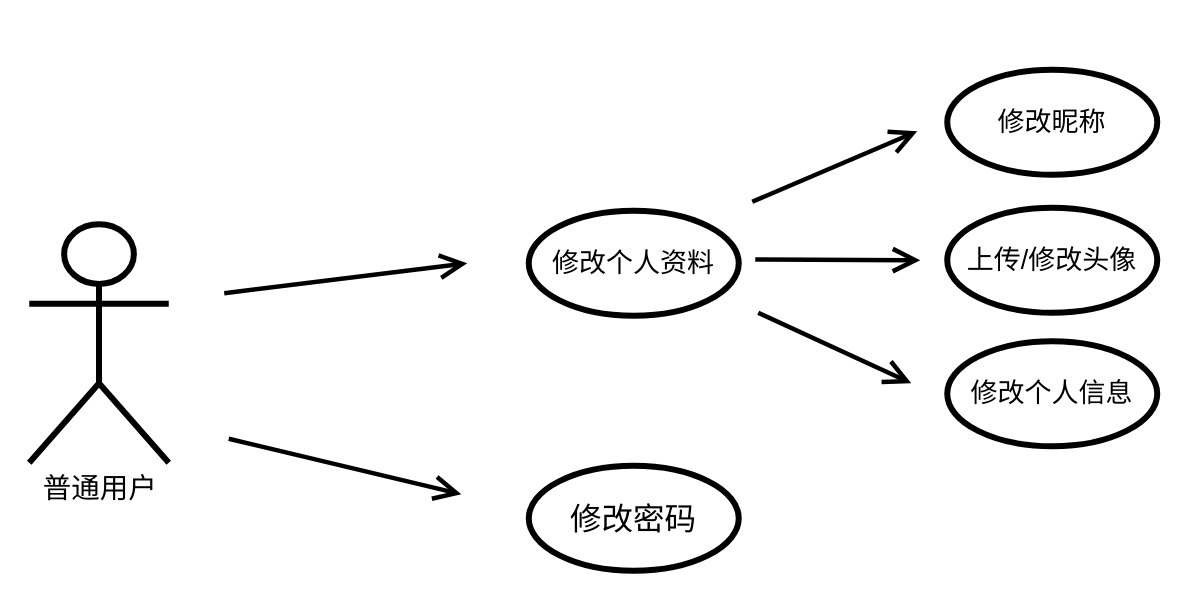
Above: page "第 2 页" (2 of 7) of 用户管理子系统.drawio in IRiDecenT/graph (draw.io), before the change. Source tidied: cells renumbered, new cells numbered last; positions are measured from the earlier drawing's top-left corner, leaving out a move shared by most shapes. Both pictures are drawn from the tidied source at 150%, with x=0, y=0 at pixel (28, 69).
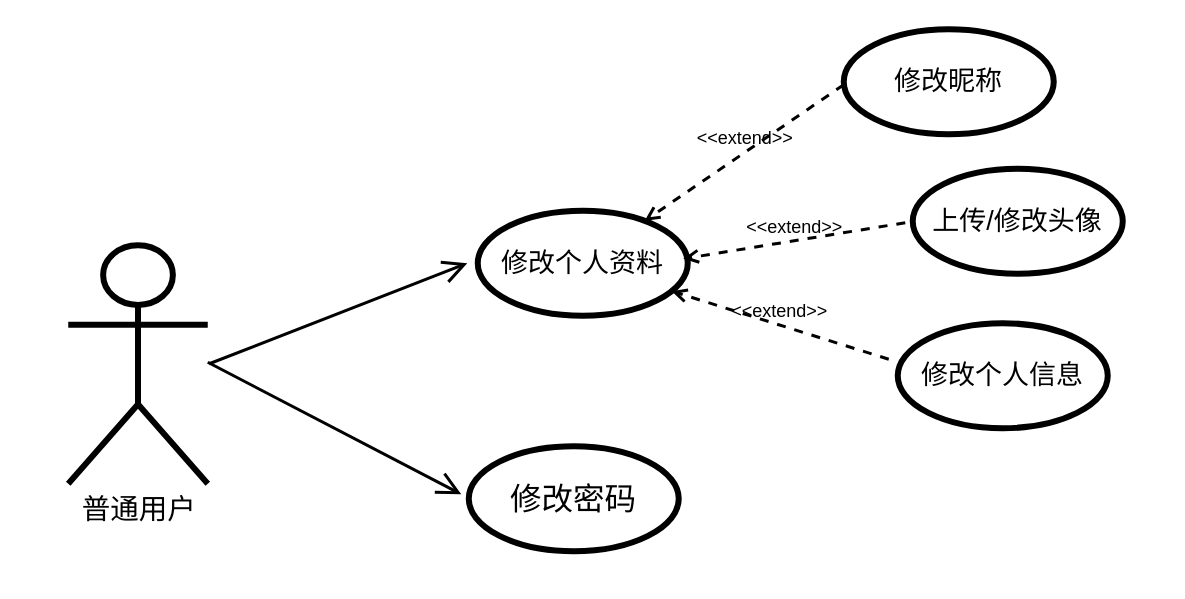
The same diagram, later.

The edit, as a diff of the source:
```diff
@@
 <mxGraphModel>
   <root>
     <mxCell id="0" />
     <mxCell id="1" parent="0" />
     <mxCell id="2" value="&lt;font style=&quot;font-size: 19px;&quot;&gt;普通用户&lt;/font&gt;" style="shape=umlActor;verticalLabelPosition=bottom;verticalAlign=top;html=1;strokeWidth=4;" parent="1" vertex="1">
-      <mxGeometry y="103" width="93" height="159" as="geometry" />
+      <mxGeometry x="26" y="117" width="93" height="159" as="geometry" />
     </mxCell>
-    <mxCell id="3" style="endArrow=open;endFill=1;endSize=12;html=1;rounded=0;strokeWidth=3;" parent="1" edge="1">
+    <mxCell id="3" style="endArrow=open;endFill=1;endSize=12;html=1;rounded=0;strokeWidth=2;" parent="1" edge="1">
       <mxGeometry relative="1" as="geometry">
-        <mxPoint x="130" y="149" as="sourcePoint" />
+        <mxPoint x="120" y="196" as="sourcePoint" />
         <mxPoint x="292" y="129" as="targetPoint" />
       </mxGeometry>
     </mxCell>
-    <mxCell id="4" style="endArrow=open;endFill=1;endSize=12;html=1;rounded=0;strokeWidth=3;" parent="1" edge="1">
+    <mxCell id="4" style="endArrow=open;endFill=1;endSize=12;html=1;rounded=0;strokeWidth=2;" parent="1" edge="1">
       <mxGeometry relative="1" as="geometry">
-        <mxPoint x="133" y="246" as="sourcePoint" />
+        <mxPoint x="119" y="195" as="sourcePoint" />
         <mxPoint x="288" y="283" as="targetPoint" />
       </mxGeometry>
     </mxCell>
     <mxCell id="5" value="&lt;font style=&quot;font-size: 18px;&quot;&gt;修改个人资料&lt;/font&gt;" style="ellipse;whiteSpace=wrap;html=1;strokeWidth=4;" parent="1" vertex="1">
-      <mxGeometry x="333" y="94" width="140" height="70" as="geometry" />
+      <mxGeometry x="299" y="94" width="140" height="70" as="geometry" />
     </mxCell>
     <mxCell id="6" value="&lt;span style=&quot;font-size: 21px;&quot;&gt;修改密码&lt;/span&gt;" style="ellipse;whiteSpace=wrap;html=1;strokeWidth=4;" parent="1" vertex="1">
-      <mxGeometry x="333" y="264" width="140" height="70" as="geometry" />
+      <mxGeometry x="293" y="251" width="140" height="70" as="geometry" />
     </mxCell>
-    <mxCell id="7" style="endArrow=open;endFill=1;endSize=12;html=1;rounded=0;strokeWidth=3;" parent="1" edge="1">
-      <mxGeometry relative="1" as="geometry">
-        <mxPoint x="482" y="88" as="sourcePoint" />
-        <mxPoint x="592" y="41" as="targetPoint" />
-      </mxGeometry>
-    </mxCell>
-    <mxCell id="8" style="endArrow=open;endFill=1;endSize=12;html=1;rounded=0;strokeWidth=3;" parent="1" edge="1">
-      <mxGeometry relative="1" as="geometry">
-        <mxPoint x="484" y="126.5" as="sourcePoint" />
-        <mxPoint x="594" y="127" as="targetPoint" />
-      </mxGeometry>
-    </mxCell>
-    <mxCell id="9" style="endArrow=open;endFill=1;endSize=12;html=1;rounded=0;strokeWidth=3;" parent="1" edge="1">
-      <mxGeometry relative="1" as="geometry">
-        <mxPoint x="486" y="162" as="sourcePoint" />
-        <mxPoint x="588" y="209" as="targetPoint" />
-      </mxGeometry>
-    </mxCell>
     <mxCell id="10" value="&lt;span style=&quot;font-size: 18px;&quot;&gt;修改昵称&lt;/span&gt;" style="ellipse;whiteSpace=wrap;html=1;strokeWidth=4;" parent="1" vertex="1">
-      <mxGeometry x="612" width="140" height="70" as="geometry" />
+      <mxGeometry x="543" y="-27" width="140" height="70" as="geometry" />
     </mxCell>
     <mxCell id="11" value="&lt;font style=&quot;font-size: 18px;&quot;&gt;上传/修改头像&lt;/font&gt;" style="ellipse;whiteSpace=wrap;html=1;strokeWidth=4;" parent="1" vertex="1">
-      <mxGeometry x="612" y="92" width="140" height="70" as="geometry" />
+      <mxGeometry x="589" y="66" width="140" height="70" as="geometry" />
     </mxCell>
     <mxCell id="12" value="&lt;span style=&quot;font-size: 18px;&quot;&gt;修改个人信息&lt;/span&gt;" style="ellipse;whiteSpace=wrap;html=1;strokeWidth=4;" parent="1" vertex="1">
-      <mxGeometry x="612" y="181" width="140" height="70" as="geometry" />
+      <mxGeometry x="579" y="169" width="140" height="70" as="geometry" />
     </mxCell>
+    <mxCell id="13" value="&lt;font style=&quot;font-size: 12px;&quot;&gt;&amp;lt;&amp;lt;extend&amp;gt;&amp;gt;&lt;/font&gt;" style="html=1;verticalAlign=bottom;labelBackgroundColor=none;endArrow=open;endFill=0;dashed=1;rounded=0;strokeWidth=2;" parent="1" edge="1" target="5">
+      <mxGeometry relative="1" as="geometry">
+        <mxPoint x="543" y="10" as="sourcePoint" />
+      </mxGeometry>
+    </mxCell>
+    <mxCell id="14" value="&lt;font style=&quot;font-size: 12px;&quot;&gt;&amp;lt;&amp;lt;extend&amp;gt;&amp;gt;&lt;/font&gt;" style="html=1;verticalAlign=bottom;labelBackgroundColor=none;endArrow=open;endFill=0;dashed=1;rounded=0;strokeWidth=2;" parent="1" edge="1">
+      <mxGeometry relative="1" as="geometry">
+        <mxPoint x="584" y="102" as="sourcePoint" />
+        <mxPoint x="436" y="126" as="targetPoint" />
+      </mxGeometry>
+    </mxCell>
+    <mxCell id="15" value="&lt;font style=&quot;font-size: 12px;&quot;&gt;&amp;lt;&amp;lt;extend&amp;gt;&amp;gt;&lt;/font&gt;" style="html=1;verticalAlign=bottom;labelBackgroundColor=none;endArrow=open;endFill=0;dashed=1;rounded=0;strokeWidth=2;" parent="1" edge="1" target="5">
+      <mxGeometry relative="1" as="geometry">
+        <mxPoint x="573" y="193" as="sourcePoint" />
+      </mxGeometry>
+    </mxCell>
   </root>
 </mxGraphModel>
```
